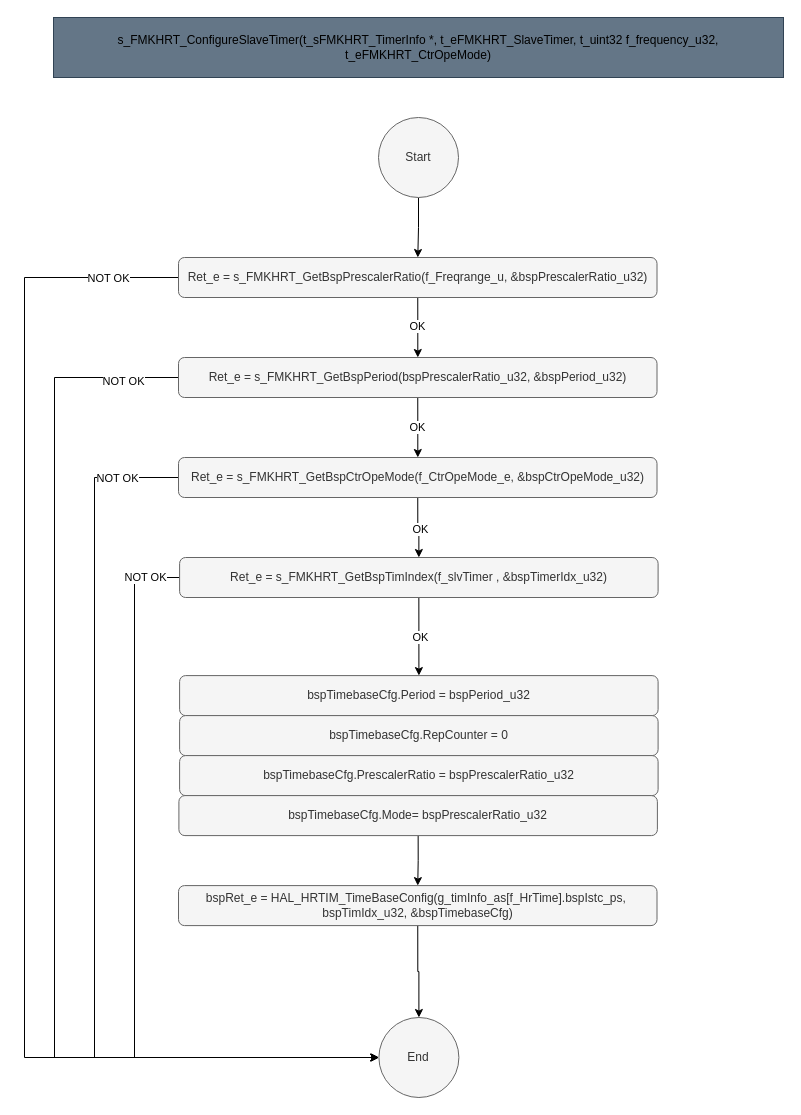
This is page "CfgSlvTimer" (8 of 10) of src/1_FMK/FMK_HAL/FMK_HRTIM/Doc/Design/DesognFMKHRTIM.drawio from mbarbeau0545/Embedded_Common, a draw.io file, before an edit. Source tidied: cells renumbered, new cells numbered last; positions are measured from the earlier drawing's top-left corner, leaving out a move shared by most shapes. Both pictures are drawn from the tidied source at 100%, with x=0, y=0 at pixel (24, 17).
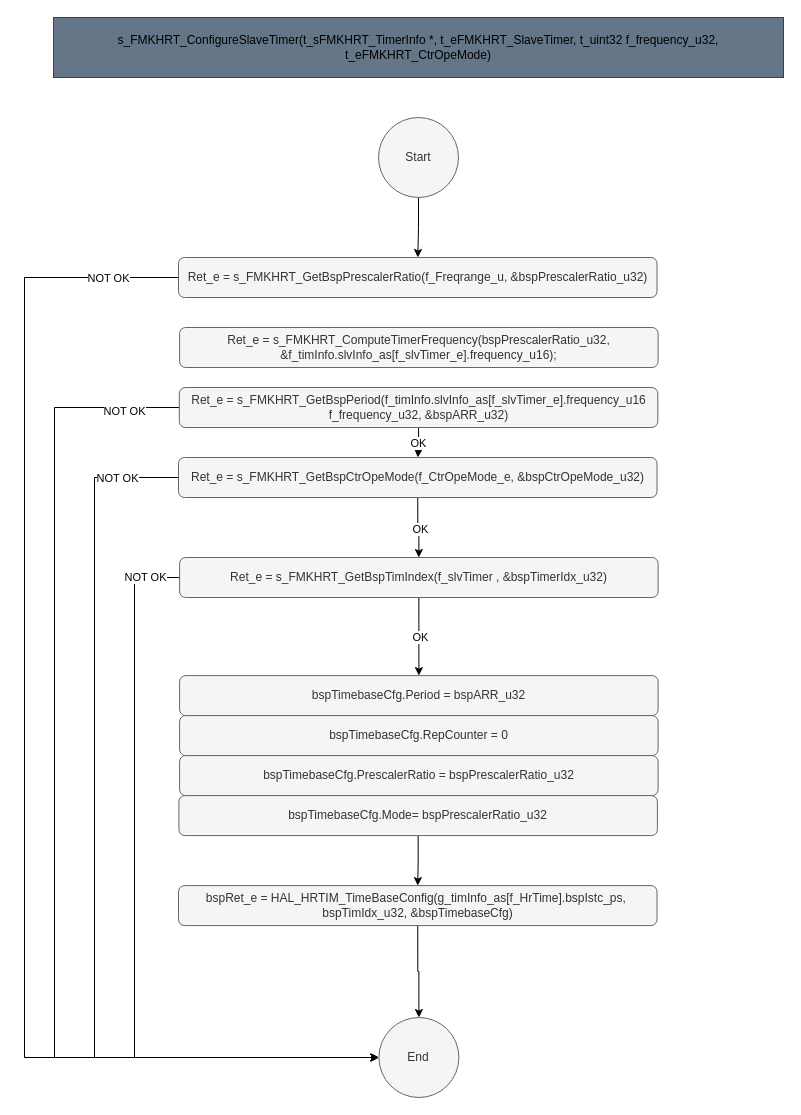
After the change.

The change refers to these unchanged cells:
```xml
<mxCell id="9" value="Ret_e = s_FMKHRT_GetBspPrescalerRatio(f_Freqrange_u, &amp;amp;bspPrescalerRatio_u32)" style="rounded=1;whiteSpace=wrap;html=1;fillColor=#f5f5f5;fontColor=#333333;strokeColor=#666666;" parent="1" vertex="1">
  <mxGeometry x="154" y="240" width="478.5" height="40" as="geometry" />
</mxCell>
<mxCell id="32" value="End" style="ellipse;whiteSpace=wrap;html=1;fillColor=#f5f5f5;fontColor=#333333;strokeColor=#666666;" parent="1" vertex="1">
  <mxGeometry x="354.4" y="1000" width="80" height="80" as="geometry" />
</mxCell>
```

Diff of the diagram source:
```diff
@@
-    <mxCell id="5" style="edgeStyle=orthogonalEdgeStyle;rounded=0;jettySize=auto;html=1;exitX=0.5;exitY=1;exitDx=0;exitDy=0;" parent="1" edge="1" source="9" target="14">
-      <mxGeometry relative="1" as="geometry" />
-    </mxCell>
-    <mxCell id="6" value="OK" style="edgeLabel;html=1;align=center;verticalAlign=middle;" parent="5" vertex="1">
-      <mxGeometry x="-0.08" y="-1" relative="1" as="geometry" />
-    </mxCell>
@@
     <mxCell id="12" style="edgeStyle=orthogonalEdgeStyle;rounded=0;jettySize=auto;html=1;exitX=0;exitY=0.5;exitDx=0;exitDy=0;entryX=0;entryY=0.5;entryDx=0;entryDy=0;" parent="1" edge="1" source="14" target="32">
       <mxGeometry relative="1" as="geometry">
         <Array as="points">
-          <mxPoint x="30" y="360" />
+          <mxPoint x="30" y="390" />
           <mxPoint x="30" y="1040" />
         </Array>
       </mxGeometry>
     </mxCell>
@@
-    <mxCell id="14" value="Ret_e = s_FMKHRT_GetBspPeriod(bspPrescalerRatio_u32, &amp;amp;bspPeriod_u32)" style="rounded=1;whiteSpace=wrap;html=1;fillColor=#f5f5f5;fontColor=#333333;strokeColor=#666666;" parent="1" vertex="1">
-      <mxGeometry x="154" y="340" width="478.5" height="40" as="geometry" />
+    <mxCell id="14" value="Ret_e = s_FMKHRT_GetBspPeriod(f_timInfo.slvInfo_as[f_slvTimer_e].frequency_u16 f_frequency_u32, &amp;amp;bspARR_u32)" style="rounded=1;whiteSpace=wrap;html=1;fillColor=#f5f5f5;fontColor=#333333;strokeColor=#666666;" parent="1" vertex="1">
+      <mxGeometry x="154.8" y="370" width="478.5" height="40" as="geometry" />
     </mxCell>
-    <mxCell id="15" value="bspTimebaseCfg.Period = bspPeriod_u32" style="rounded=1;whiteSpace=wrap;html=1;fillColor=#f5f5f5;fontColor=#333333;strokeColor=#666666;" parent="1" vertex="1">
+    <mxCell id="15" value="bspTimebaseCfg.Period = bspARR_u32" style="rounded=1;whiteSpace=wrap;html=1;fillColor=#f5f5f5;fontColor=#333333;strokeColor=#666666;" parent="1" vertex="1">
       <mxGeometry x="155.1" y="658.1" width="478.5" height="40" as="geometry" />
     </mxCell>
@@
+    <mxCell id="33" value="Ret_e = s_FMKHRT_ComputeTimerFrequency(bspPrescalerRatio_u32, &amp;amp;f_timInfo.slvInfo_as[f_slvTimer_e].frequency_u16);" style="rounded=1;whiteSpace=wrap;html=1;fillColor=#f5f5f5;fontColor=#333333;strokeColor=#666666;" parent="1" vertex="1">
+      <mxGeometry x="155.1" y="310" width="478.5" height="40" as="geometry" />
+    </mxCell>
```
